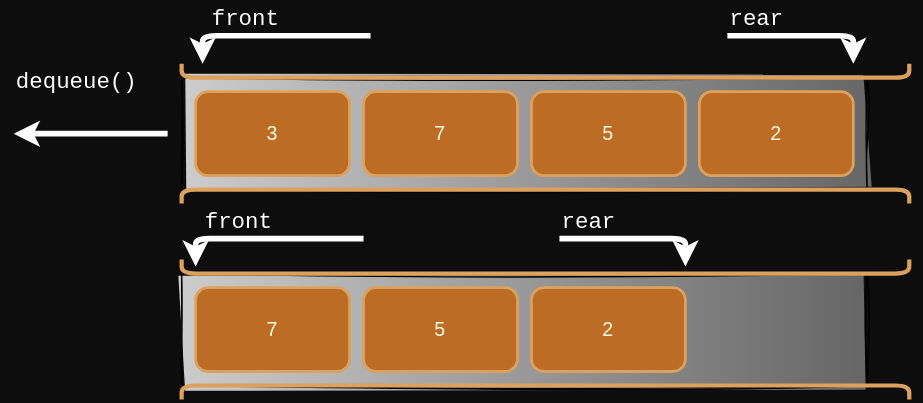
This is 4-Queues/images/dequeue.svg from JAC-CS-Programming-4-W24/Notes, a draw.io export, as it was before one commit. Source tidied: cells renumbered, new cells last; positions are measured from the earlier drawing's top-left corner, leaving out a move shared by most shapes. Its diagram source:
```xml
<mxGraphModel background="#0D0D0D">
  <root>
    <mxCell id="0" />
    <mxCell id="1" parent="0" />
    <mxCell id="2" style="rounded=0;whiteSpace=wrap;html=1;sketch=1;hachureGap=4;jiggle=2;curveFitting=1;fontFamily=Architects Daughter;fontSource=https%3A%2F%2Ffonts.googleapis.com%2Fcss%3Ffamily%3DArchitects%2BDaughter;fontSize=20;labelBackgroundColor=none;gradientColor=#666666;gradientDirection=east;fillColor=#CCCCCC;fillOpacity=100;" parent="1" vertex="1">
      <mxGeometry x="120" y="195" width="490" height="80" as="geometry" />
    </mxCell>
    <mxCell id="3" style="rounded=0;whiteSpace=wrap;html=1;sketch=1;hachureGap=4;jiggle=2;curveFitting=1;fontFamily=Architects Daughter;fontSource=https%3A%2F%2Ffonts.googleapis.com%2Fcss%3Ffamily%3DArchitects%2BDaughter;fontSize=20;labelBackgroundColor=none;gradientColor=#666666;gradientDirection=east;fillColor=#CCCCCC;fillOpacity=100;" parent="1" vertex="1">
      <mxGeometry x="120" y="55" width="490" height="80" as="geometry" />
    </mxCell>
    <mxCell id="4" style="endArrow=none;html=1;rounded=1;edgeStyle=orthogonalEdgeStyle;strokeWidth=3;labelBackgroundColor=#283618;strokeColor=#DDA15E;fontColor=#FEFAE0;" parent="1" edge="1">
      <mxGeometry relative="1" as="geometry">
        <mxPoint x="640" y="145" as="sourcePoint" />
        <mxPoint x="120" y="145" as="targetPoint" />
        <Array as="points">
          <mxPoint x="540" y="135" />
          <mxPoint x="120" y="135" />
          <mxPoint x="120" y="145" />
        </Array>
      </mxGeometry>
    </mxCell>
    <mxCell id="5" style="endArrow=classic;html=1;rounded=1;fontSize=14;edgeStyle=orthogonalEdgeStyle;strokeColor=#FFFFFF;strokeWidth=4;" parent="1" edge="1">
      <mxGeometry relative="1" as="geometry">
        <mxPoint x="110" y="95" as="sourcePoint" />
        <mxPoint y="95" as="targetPoint" />
        <Array as="points">
          <mxPoint y="95" />
        </Array>
      </mxGeometry>
    </mxCell>
    <mxCell id="6" style="rounded=1;whiteSpace=wrap;html=1;fontSize=14;strokeWidth=2;fillColor=#BC6C25;strokeColor=#DDA15E;fontColor=#FEFAE0;" parent="1" vertex="1">
      <mxGeometry x="370" y="65" width="110" height="60" as="geometry" />
    </mxCell>
    <mxCell id="7" value="5" style="text;html=1;strokeColor=none;fillColor=none;align=center;verticalAlign=middle;whiteSpace=wrap;rounded=1;fontSize=14;fontColor=#FEFAE0;" parent="1" vertex="1">
      <mxGeometry x="395" y="80" width="60" height="30" as="geometry" />
    </mxCell>
    <mxCell id="8" style="rounded=1;whiteSpace=wrap;html=1;fontSize=14;strokeWidth=2;fillColor=#BC6C25;strokeColor=#DDA15E;fontColor=#FEFAE0;" parent="1" vertex="1">
      <mxGeometry x="250" y="65" width="110" height="60" as="geometry" />
    </mxCell>
    <mxCell id="9" value="7" style="text;html=1;strokeColor=none;fillColor=none;align=center;verticalAlign=middle;whiteSpace=wrap;rounded=1;fontSize=14;fontColor=#FEFAE0;" parent="1" vertex="1">
      <mxGeometry x="275" y="80" width="60" height="30" as="geometry" />
    </mxCell>
    <mxCell id="10" style="rounded=1;whiteSpace=wrap;html=1;fontSize=14;strokeWidth=2;fillColor=#BC6C25;strokeColor=#DDA15E;fontColor=#FEFAE0;" parent="1" vertex="1">
      <mxGeometry x="130" y="65" width="110" height="60" as="geometry" />
    </mxCell>
    <mxCell id="11" value="3" style="text;html=1;strokeColor=none;fillColor=none;align=center;verticalAlign=middle;whiteSpace=wrap;rounded=1;fontSize=14;fontColor=#FEFAE0;" parent="1" vertex="1">
      <mxGeometry x="155" y="80" width="60" height="30" as="geometry" />
    </mxCell>
    <mxCell id="12" style="endArrow=none;html=1;rounded=1;edgeStyle=orthogonalEdgeStyle;strokeWidth=3;labelBackgroundColor=#283618;strokeColor=#DDA15E;fontColor=#FEFAE0;" parent="1" edge="1">
      <mxGeometry relative="1" as="geometry">
        <mxPoint x="640" y="45" as="sourcePoint" />
        <mxPoint x="120" y="45" as="targetPoint" />
        <Array as="points">
          <mxPoint x="540" y="55" />
          <mxPoint x="120" y="55" />
          <mxPoint x="120" y="65" />
        </Array>
      </mxGeometry>
    </mxCell>
    <mxCell id="13" style="endArrow=none;html=1;rounded=1;edgeStyle=orthogonalEdgeStyle;strokeWidth=3;labelBackgroundColor=#283618;strokeColor=#DDA15E;fontColor=#FEFAE0;" parent="1" edge="1">
      <mxGeometry relative="1" as="geometry">
        <mxPoint x="640" y="285" as="sourcePoint" />
        <mxPoint x="120" y="285" as="targetPoint" />
        <Array as="points">
          <mxPoint x="540" y="275" />
          <mxPoint x="120" y="275" />
          <mxPoint x="120" y="285" />
        </Array>
      </mxGeometry>
    </mxCell>
    <mxCell id="14" style="rounded=1;whiteSpace=wrap;html=1;fontSize=14;strokeWidth=2;fillColor=#BC6C25;strokeColor=#DDA15E;fontColor=#FEFAE0;" parent="1" vertex="1">
      <mxGeometry x="250" y="205" width="110" height="60" as="geometry" />
    </mxCell>
    <mxCell id="15" value="5" style="text;html=1;strokeColor=none;fillColor=none;align=center;verticalAlign=middle;whiteSpace=wrap;rounded=1;fontSize=14;fontColor=#FEFAE0;" parent="1" vertex="1">
      <mxGeometry x="275" y="220" width="60" height="30" as="geometry" />
    </mxCell>
    <mxCell id="16" style="rounded=1;whiteSpace=wrap;html=1;fontSize=14;strokeWidth=2;fillColor=#BC6C25;strokeColor=#DDA15E;fontColor=#FEFAE0;" parent="1" vertex="1">
      <mxGeometry x="130" y="205" width="110" height="60" as="geometry" />
    </mxCell>
    <mxCell id="17" value="7" style="text;html=1;strokeColor=none;fillColor=none;align=center;verticalAlign=middle;whiteSpace=wrap;rounded=1;fontSize=14;fontColor=#FEFAE0;" parent="1" vertex="1">
      <mxGeometry x="155" y="220" width="60" height="30" as="geometry" />
    </mxCell>
    <mxCell id="18" style="endArrow=none;html=1;rounded=1;edgeStyle=orthogonalEdgeStyle;strokeWidth=3;labelBackgroundColor=#283618;strokeColor=#DDA15E;fontColor=#FEFAE0;" parent="1" edge="1">
      <mxGeometry relative="1" as="geometry">
        <mxPoint x="640" y="185" as="sourcePoint" />
        <mxPoint x="120" y="185" as="targetPoint" />
        <Array as="points">
          <mxPoint x="540" y="195" />
          <mxPoint x="120" y="195" />
          <mxPoint x="120" y="205" />
        </Array>
      </mxGeometry>
    </mxCell>
    <mxCell id="19" style="rounded=1;whiteSpace=wrap;html=1;fontSize=14;strokeWidth=2;fillColor=#BC6C25;strokeColor=#DDA15E;fontColor=#FEFAE0;" parent="1" vertex="1">
      <mxGeometry x="370" y="205" width="110" height="60" as="geometry" />
    </mxCell>
    <mxCell id="20" value="2" style="text;html=1;strokeColor=none;fillColor=none;align=center;verticalAlign=middle;whiteSpace=wrap;rounded=1;fontSize=14;fontColor=#FEFAE0;" parent="1" vertex="1">
      <mxGeometry x="395" y="220" width="60" height="30" as="geometry" />
    </mxCell>
    <mxCell id="21" style="rounded=1;whiteSpace=wrap;html=1;fontSize=14;strokeWidth=2;fillColor=#BC6C25;strokeColor=#DDA15E;fontColor=#FEFAE0;" parent="1" vertex="1">
      <mxGeometry x="490" y="65" width="110" height="60" as="geometry" />
    </mxCell>
    <mxCell id="22" value="2" style="text;html=1;strokeColor=none;fillColor=none;align=center;verticalAlign=middle;whiteSpace=wrap;rounded=1;fontSize=14;fontColor=#FEFAE0;" parent="1" vertex="1">
      <mxGeometry x="515" y="80" width="60" height="30" as="geometry" />
    </mxCell>
    <mxCell id="23" value="&lt;font face=&quot;Courier New&quot; style=&quot;font-size: 16px;&quot;&gt;dequeue()&lt;/font&gt;" style="text;html=1;strokeColor=none;fillColor=none;align=left;verticalAlign=middle;whiteSpace=wrap;rounded=1;fontSize=16;fontColor=#FFFFFF;" parent="1" vertex="1">
      <mxGeometry y="45" width="140" height="25" as="geometry" />
    </mxCell>
    <mxCell id="24" value="&lt;font face=&quot;Courier New&quot; style=&quot;font-size: 16px;&quot;&gt;rear&lt;/font&gt;" style="text;html=1;strokeColor=none;fillColor=none;align=left;verticalAlign=middle;whiteSpace=wrap;rounded=1;fontSize=16;fontColor=#FFFFFF;" parent="1" vertex="1">
      <mxGeometry x="390" y="145" width="140" height="25" as="geometry" />
    </mxCell>
    <mxCell id="25" value="&lt;font face=&quot;Courier New&quot; style=&quot;font-size: 16px;&quot;&gt;front&lt;/font&gt;" style="text;html=1;strokeColor=none;fillColor=none;align=left;verticalAlign=middle;whiteSpace=wrap;rounded=1;fontSize=16;fontColor=#FFFFFF;" parent="1" vertex="1">
      <mxGeometry x="135" y="145" width="140" height="25" as="geometry" />
    </mxCell>
    <mxCell id="26" style="endArrow=classic;html=1;rounded=1;fontSize=14;edgeStyle=orthogonalEdgeStyle;strokeColor=#FFFFFF;strokeWidth=4;" parent="1" edge="1">
      <mxGeometry relative="1" as="geometry">
        <mxPoint x="390" y="170" as="sourcePoint" />
        <mxPoint x="480" y="190" as="targetPoint" />
        <Array as="points">
          <mxPoint x="480" y="170" />
        </Array>
      </mxGeometry>
    </mxCell>
    <mxCell id="27" style="endArrow=classic;html=1;rounded=1;fontSize=14;edgeStyle=orthogonalEdgeStyle;strokeColor=#FFFFFF;strokeWidth=4;" parent="1" edge="1">
      <mxGeometry relative="1" as="geometry">
        <mxPoint x="250" y="170" as="sourcePoint" />
        <mxPoint x="130" y="190" as="targetPoint" />
        <Array as="points">
          <mxPoint x="130" y="170" />
        </Array>
      </mxGeometry>
    </mxCell>
    <mxCell id="28" value="&lt;font face=&quot;Courier New&quot; style=&quot;font-size: 16px;&quot;&gt;rear&lt;/font&gt;" style="text;html=1;strokeColor=none;fillColor=none;align=left;verticalAlign=middle;whiteSpace=wrap;rounded=1;fontSize=16;fontColor=#FFFFFF;" parent="1" vertex="1">
      <mxGeometry x="510" width="140" height="25" as="geometry" />
    </mxCell>
    <mxCell id="29" value="&lt;font face=&quot;Courier New&quot; style=&quot;font-size: 16px;&quot;&gt;front&lt;/font&gt;" style="text;html=1;strokeColor=none;fillColor=none;align=left;verticalAlign=middle;whiteSpace=wrap;rounded=1;fontSize=16;fontColor=#FFFFFF;" parent="1" vertex="1">
      <mxGeometry x="140" width="140" height="25" as="geometry" />
    </mxCell>
    <mxCell id="30" style="endArrow=classic;html=1;rounded=1;fontSize=14;edgeStyle=orthogonalEdgeStyle;strokeColor=#FFFFFF;strokeWidth=4;" parent="1" edge="1">
      <mxGeometry relative="1" as="geometry">
        <mxPoint x="510" y="25" as="sourcePoint" />
        <mxPoint x="600" y="45" as="targetPoint" />
        <Array as="points">
          <mxPoint x="600" y="25" />
        </Array>
      </mxGeometry>
    </mxCell>
    <mxCell id="31" style="endArrow=classic;html=1;rounded=1;fontSize=14;edgeStyle=orthogonalEdgeStyle;strokeColor=#FFFFFF;strokeWidth=4;" parent="1" edge="1">
      <mxGeometry relative="1" as="geometry">
        <mxPoint x="255" y="25" as="sourcePoint" />
        <mxPoint x="135" y="45" as="targetPoint" />
        <Array as="points">
          <mxPoint x="135" y="25" />
        </Array>
      </mxGeometry>
    </mxCell>
  </root>
</mxGraphModel>
```
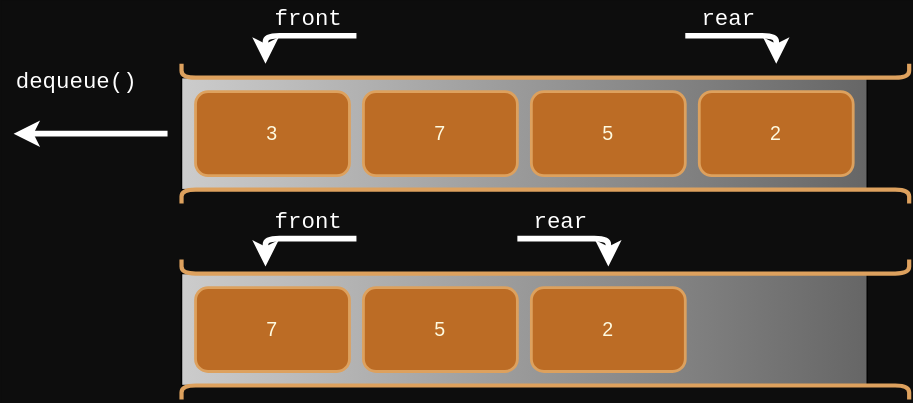
Later version of the same file.

What changed in the source:
```diff
@@ -2,10 +2,10 @@
   <root>
     <mxCell id="0" />
     <mxCell id="1" parent="0" />
-    <mxCell id="2" style="rounded=0;whiteSpace=wrap;html=1;sketch=1;hachureGap=4;jiggle=2;curveFitting=1;fontFamily=Architects Daughter;fontSource=https%3A%2F%2Ffonts.googleapis.com%2Fcss%3Ffamily%3DArchitects%2BDaughter;fontSize=20;labelBackgroundColor=none;gradientColor=#666666;gradientDirection=east;fillColor=#CCCCCC;fillOpacity=100;" parent="1" vertex="1">
+    <mxCell id="2" style="rounded=0;whiteSpace=wrap;html=1;hachureGap=4;fontFamily=Architects Daughter;fontSource=https%3A%2F%2Ffonts.googleapis.com%2Fcss%3Ffamily%3DArchitects%2BDaughter;fontSize=20;labelBackgroundColor=none;gradientColor=#666666;gradientDirection=east;fillColor=#CCCCCC;fillOpacity=100;" parent="1" vertex="1">
       <mxGeometry x="120" y="195" width="490" height="80" as="geometry" />
     </mxCell>
-    <mxCell id="3" style="rounded=0;whiteSpace=wrap;html=1;sketch=1;hachureGap=4;jiggle=2;curveFitting=1;fontFamily=Architects Daughter;fontSource=https%3A%2F%2Ffonts.googleapis.com%2Fcss%3Ffamily%3DArchitects%2BDaughter;fontSize=20;labelBackgroundColor=none;gradientColor=#666666;gradientDirection=east;fillColor=#CCCCCC;fillOpacity=100;" parent="1" vertex="1">
+    <mxCell id="3" style="rounded=0;whiteSpace=wrap;html=1;hachureGap=4;fontFamily=Architects Daughter;fontSource=https%3A%2F%2Ffonts.googleapis.com%2Fcss%3Ffamily%3DArchitects%2BDaughter;fontSize=20;labelBackgroundColor=none;gradientColor=#666666;gradientDirection=east;fillColor=#CCCCCC;fillOpacity=100;" parent="1" vertex="1">
       <mxGeometry x="120" y="55" width="490" height="80" as="geometry" />
     </mxCell>
     <mxCell id="4" style="endArrow=none;html=1;rounded=1;edgeStyle=orthogonalEdgeStyle;strokeWidth=3;labelBackgroundColor=#283618;strokeColor=#DDA15E;fontColor=#FEFAE0;" parent="1" edge="1">
@@ -106,53 +106,53 @@
     <mxCell id="23" value="&lt;font face=&quot;Courier New&quot; style=&quot;font-size: 16px;&quot;&gt;dequeue()&lt;/font&gt;" style="text;html=1;strokeColor=none;fillColor=none;align=left;verticalAlign=middle;whiteSpace=wrap;rounded=1;fontSize=16;fontColor=#FFFFFF;" parent="1" vertex="1">
       <mxGeometry y="45" width="140" height="25" as="geometry" />
     </mxCell>
-    <mxCell id="24" value="&lt;font face=&quot;Courier New&quot; style=&quot;font-size: 16px;&quot;&gt;rear&lt;/font&gt;" style="text;html=1;strokeColor=none;fillColor=none;align=left;verticalAlign=middle;whiteSpace=wrap;rounded=1;fontSize=16;fontColor=#FFFFFF;" parent="1" vertex="1">
-      <mxGeometry x="390" y="145" width="140" height="25" as="geometry" />
-    </mxCell>
-    <mxCell id="25" value="&lt;font face=&quot;Courier New&quot; style=&quot;font-size: 16px;&quot;&gt;front&lt;/font&gt;" style="text;html=1;strokeColor=none;fillColor=none;align=left;verticalAlign=middle;whiteSpace=wrap;rounded=1;fontSize=16;fontColor=#FFFFFF;" parent="1" vertex="1">
-      <mxGeometry x="135" y="145" width="140" height="25" as="geometry" />
-    </mxCell>
-    <mxCell id="26" style="endArrow=classic;html=1;rounded=1;fontSize=14;edgeStyle=orthogonalEdgeStyle;strokeColor=#FFFFFF;strokeWidth=4;" parent="1" edge="1">
-      <mxGeometry relative="1" as="geometry">
-        <mxPoint x="390" y="170" as="sourcePoint" />
-        <mxPoint x="480" y="190" as="targetPoint" />
-        <Array as="points">
-          <mxPoint x="480" y="170" />
-        </Array>
-      </mxGeometry>
-    </mxCell>
-    <mxCell id="27" style="endArrow=classic;html=1;rounded=1;fontSize=14;edgeStyle=orthogonalEdgeStyle;strokeColor=#FFFFFF;strokeWidth=4;" parent="1" edge="1">
-      <mxGeometry relative="1" as="geometry">
-        <mxPoint x="250" y="170" as="sourcePoint" />
-        <mxPoint x="130" y="190" as="targetPoint" />
-        <Array as="points">
-          <mxPoint x="130" y="170" />
-        </Array>
-      </mxGeometry>
-    </mxCell>
     <mxCell id="28" value="&lt;font face=&quot;Courier New&quot; style=&quot;font-size: 16px;&quot;&gt;rear&lt;/font&gt;" style="text;html=1;strokeColor=none;fillColor=none;align=left;verticalAlign=middle;whiteSpace=wrap;rounded=1;fontSize=16;fontColor=#FFFFFF;" parent="1" vertex="1">
-      <mxGeometry x="510" width="140" height="25" as="geometry" />
+      <mxGeometry x="490" width="80" height="25" as="geometry" />
     </mxCell>
     <mxCell id="29" value="&lt;font face=&quot;Courier New&quot; style=&quot;font-size: 16px;&quot;&gt;front&lt;/font&gt;" style="text;html=1;strokeColor=none;fillColor=none;align=left;verticalAlign=middle;whiteSpace=wrap;rounded=1;fontSize=16;fontColor=#FFFFFF;" parent="1" vertex="1">
-      <mxGeometry x="140" width="140" height="25" as="geometry" />
+      <mxGeometry x="185" width="140" height="25" as="geometry" />
     </mxCell>
     <mxCell id="30" style="endArrow=classic;html=1;rounded=1;fontSize=14;edgeStyle=orthogonalEdgeStyle;strokeColor=#FFFFFF;strokeWidth=4;" parent="1" edge="1">
       <mxGeometry relative="1" as="geometry">
-        <mxPoint x="510" y="25" as="sourcePoint" />
-        <mxPoint x="600" y="45" as="targetPoint" />
+        <mxPoint x="480" y="25" as="sourcePoint" />
+        <mxPoint x="545" y="45" as="targetPoint" />
         <Array as="points">
-          <mxPoint x="600" y="25" />
+          <mxPoint x="545" y="25" />
         </Array>
       </mxGeometry>
     </mxCell>
     <mxCell id="31" style="endArrow=classic;html=1;rounded=1;fontSize=14;edgeStyle=orthogonalEdgeStyle;strokeColor=#FFFFFF;strokeWidth=4;" parent="1" edge="1">
       <mxGeometry relative="1" as="geometry">
-        <mxPoint x="255" y="25" as="sourcePoint" />
-        <mxPoint x="135" y="45" as="targetPoint" />
+        <mxPoint x="245" y="25" as="sourcePoint" />
+        <mxPoint x="180" y="45" as="targetPoint" />
         <Array as="points">
-          <mxPoint x="135" y="25" />
+          <mxPoint x="180" y="25" />
         </Array>
       </mxGeometry>
     </mxCell>
+    <mxCell id="25" value="&lt;font face=&quot;Courier New&quot; style=&quot;font-size: 16px;&quot;&gt;front&lt;/font&gt;" style="text;html=1;strokeColor=none;fillColor=none;align=left;verticalAlign=middle;whiteSpace=wrap;rounded=1;fontSize=16;fontColor=#FFFFFF;" parent="1" vertex="1">
+      <mxGeometry x="185" y="145" width="140" height="25" as="geometry" />
+    </mxCell>
+    <mxCell id="32" style="endArrow=classic;html=1;rounded=1;fontSize=14;edgeStyle=orthogonalEdgeStyle;strokeColor=#FFFFFF;strokeWidth=4;" parent="1" edge="1">
+      <mxGeometry relative="1" as="geometry">
+        <mxPoint x="245" y="170" as="sourcePoint" />
+        <mxPoint x="180" y="190" as="targetPoint" />
+        <Array as="points">
+          <mxPoint x="180" y="170" />
+        </Array>
+      </mxGeometry>
+    </mxCell>
+    <mxCell id="24" value="&lt;font face=&quot;Courier New&quot; style=&quot;font-size: 16px;&quot;&gt;rear&lt;/font&gt;" style="text;html=1;strokeColor=none;fillColor=none;align=left;verticalAlign=middle;whiteSpace=wrap;rounded=1;fontSize=16;fontColor=#FFFFFF;" parent="1" vertex="1">
+      <mxGeometry x="370" y="145" width="80" height="25" as="geometry" />
+    </mxCell>
+    <mxCell id="33" style="endArrow=classic;html=1;rounded=1;fontSize=14;edgeStyle=orthogonalEdgeStyle;strokeColor=#FFFFFF;strokeWidth=4;" parent="1" edge="1">
+      <mxGeometry relative="1" as="geometry">
+        <mxPoint x="360" y="170" as="sourcePoint" />
+        <mxPoint x="425" y="190" as="targetPoint" />
+        <Array as="points">
+          <mxPoint x="425" y="170" />
+        </Array>
+      </mxGeometry>
+    </mxCell>
   </root>
 </mxGraphModel>
```
